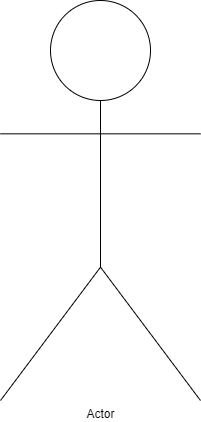
The draw.io diagram perpus-digital.drawio.png in apollopy-tech/perpus-digital, before a commit. Source tidied: cells renumbered, new cells last; positions are measured from the earlier drawing's top-left corner, leaving out a move shared by most shapes. Its diagram source:
```xml
<mxGraphModel>
  <root>
    <mxCell id="0" />
    <mxCell id="1" parent="0" />
    <mxCell id="2" value="Actor" style="shape=umlActor;verticalLabelPosition=bottom;verticalAlign=top;html=1;" parent="1" vertex="1">
      <mxGeometry width="200" height="400" as="geometry" />
    </mxCell>
  </root>
</mxGraphModel>
```
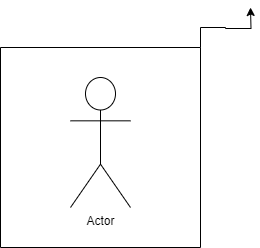
Above is the later version.

Change to the diagram source:
```diff
@@ -2,8 +2,16 @@
   <root>
     <mxCell id="0" />
     <mxCell id="1" parent="0" />
+    <mxCell id="3" style="edgeStyle=orthogonalEdgeStyle;rounded=0;jettySize=auto;html=1;exitX=1;exitY=0;exitDx=0;exitDy=0;" parent="1" edge="1" source="4">
+      <mxGeometry relative="1" as="geometry">
+        <mxPoint x="240" y="120" as="targetPoint" />
+      </mxGeometry>
+    </mxCell>
+    <mxCell id="4" style="swimlane;startSize=0;" parent="1" vertex="1">
+      <mxGeometry x="-10" y="160" width="200" height="200" as="geometry" />
+    </mxCell>
-    <mxCell id="2" value="Actor" style="shape=umlActor;verticalLabelPosition=bottom;verticalAlign=top;html=1;" parent="1" vertex="1">
-      <mxGeometry width="200" height="400" as="geometry" />
+    <mxCell id="2" value="Actor" style="shape=umlActor;verticalLabelPosition=bottom;verticalAlign=top;html=1;" parent="4" vertex="1">
+      <mxGeometry x="70" y="30" width="60" height="130" as="geometry" />
     </mxCell>
   </root>
 </mxGraphModel>
```
